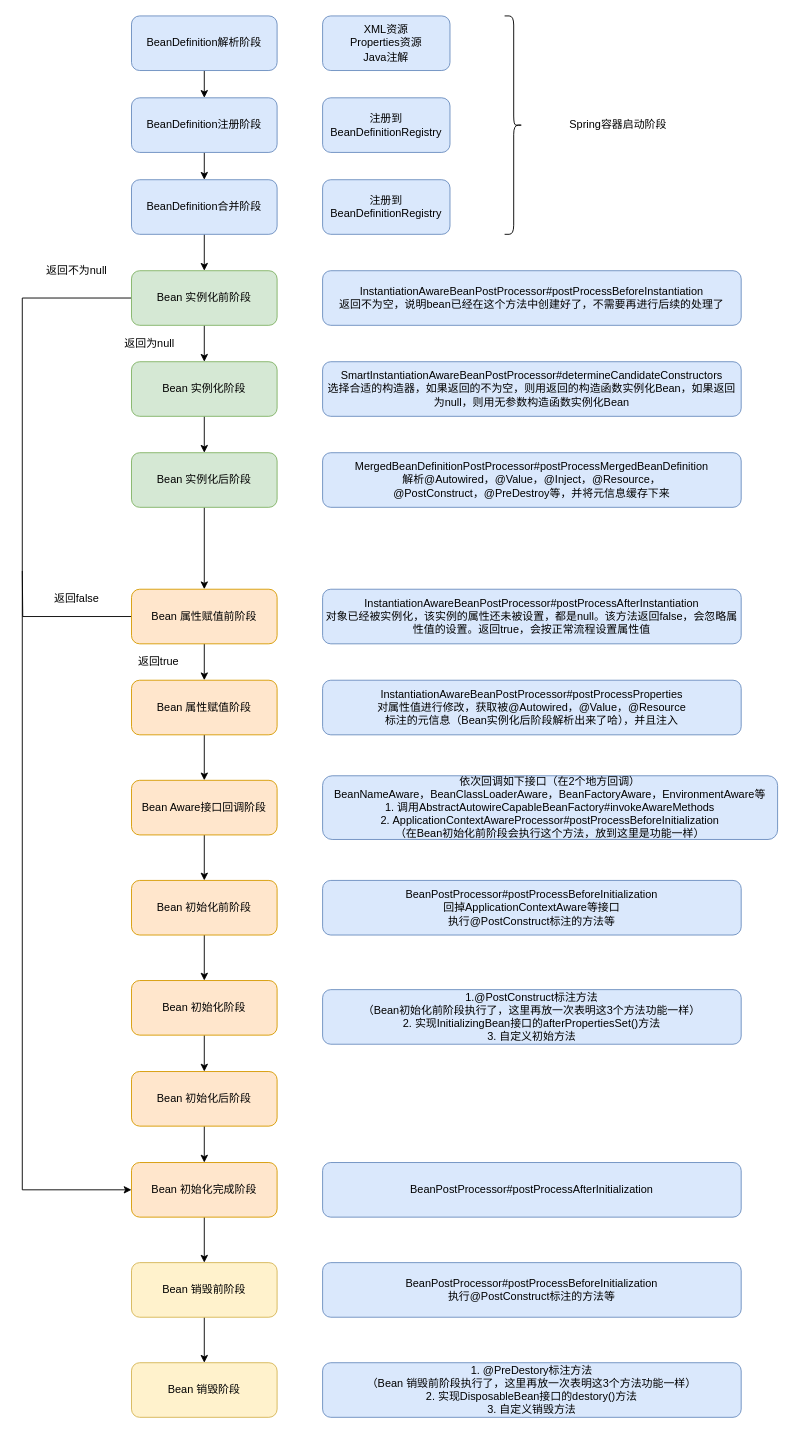
This is spring/bean生命周期.drawio from erlieStar/diagrams, a draw.io file, before an edit. Source tidied: cells renumbered, new cells numbered last; positions are measured from the earlier drawing's top-left corner, leaving out a move shared by most shapes. Both pictures are drawn from the tidied source at 91%, with x=0, y=0 at pixel (22, 15).
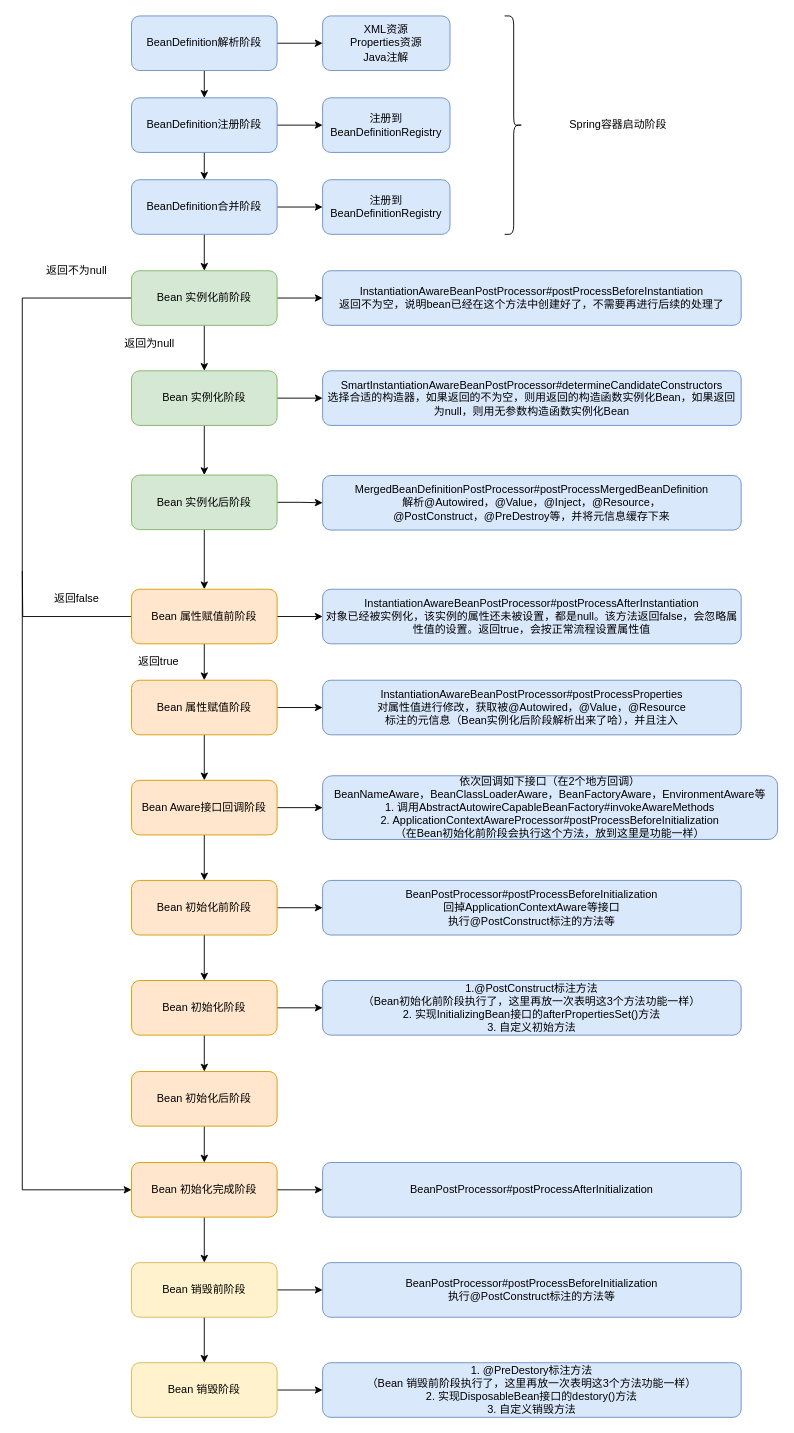
Above is the later version.

Unchanged cells that the change refers to:
```xml
<mxCell id="3" value="BeanDefinition注册阶段" style="rounded=1;whiteSpace=wrap;html=1;fillColor=#dae8fc;strokeColor=#6c8ebf;" parent="1" vertex="1">
  <mxGeometry x="120" y="90" width="160" height="60" as="geometry" />
</mxCell>
<mxCell id="5" value="BeanDefinition合并阶段" style="rounded=1;whiteSpace=wrap;html=1;fillColor=#dae8fc;strokeColor=#6c8ebf;" parent="1" vertex="1">
  <mxGeometry x="120" y="180" width="160" height="60" as="geometry" />
</mxCell>
<mxCell id="8" value="Bean 实例化前阶段" style="rounded=1;whiteSpace=wrap;html=1;fillColor=#d5e8d4;strokeColor=#82b366;" parent="1" vertex="1">
  <mxGeometry x="120" y="280" width="160" height="60" as="geometry" />
</mxCell>
<mxCell id="15" value="Bean 属性赋值前阶段" style="rounded=1;whiteSpace=wrap;html=1;fillColor=#ffe6cc;strokeColor=#d79b00;" parent="1" vertex="1">
  <mxGeometry x="120" y="630" width="160" height="60" as="geometry" />
</mxCell>
<mxCell id="17" value="Bean 属性赋值阶段" style="rounded=1;whiteSpace=wrap;html=1;fillColor=#ffe6cc;strokeColor=#d79b00;" parent="1" vertex="1">
  <mxGeometry x="120" y="730" width="160" height="60" as="geometry" />
</mxCell>
<mxCell id="19" value="Bean Aware接口回调阶段" style="rounded=1;whiteSpace=wrap;html=1;fillColor=#ffe6cc;strokeColor=#d79b00;" parent="1" vertex="1">
  <mxGeometry x="120" y="840" width="160" height="60" as="geometry" />
</mxCell>
<mxCell id="21" value="Bean 初始化前阶段" style="rounded=1;whiteSpace=wrap;html=1;fillColor=#ffe6cc;strokeColor=#d79b00;" parent="1" vertex="1">
  <mxGeometry x="120" y="950" width="160" height="60" as="geometry" />
</mxCell>
<mxCell id="23" value="Bean 初始化阶段" style="rounded=1;whiteSpace=wrap;html=1;fillColor=#ffe6cc;strokeColor=#d79b00;" parent="1" vertex="1">
  <mxGeometry x="120" y="1060" width="160" height="60" as="geometry" />
</mxCell>
<mxCell id="27" value="Bean 初始化完成阶段" style="rounded=1;whiteSpace=wrap;html=1;fillColor=#ffe6cc;strokeColor=#d79b00;" parent="1" vertex="1">
  <mxGeometry x="120" y="1260" width="160" height="60" as="geometry" />
</mxCell>
<mxCell id="29" value="Bean 销毁前阶段" style="rounded=1;whiteSpace=wrap;html=1;fillColor=#fff2cc;strokeColor=#d6b656;" parent="1" vertex="1">
  <mxGeometry x="120" y="1370" width="160" height="60" as="geometry" />
</mxCell>
<mxCell id="30" value="Bean 销毁阶段" style="rounded=1;whiteSpace=wrap;html=1;fillColor=#fff2cc;strokeColor=#d6b656;" parent="1" vertex="1">
  <mxGeometry x="120" y="1480" width="160" height="60" as="geometry" />
</mxCell>
<mxCell id="36" value="BeanDefinition解析阶段" style="rounded=1;whiteSpace=wrap;html=1;fillColor=#dae8fc;strokeColor=#6c8ebf;" parent="1" vertex="1">
  <mxGeometry x="120" width="160" height="60" as="geometry" />
</mxCell>
<mxCell id="37" value="XML资源&lt;br&gt;Properties资源&lt;br&gt;Java注解&lt;span style=&quot;color: rgb(79 , 79 , 79) ; font-family: , &amp;#34;sf ui text&amp;#34; , &amp;#34;arial&amp;#34; , &amp;#34;pingfang sc&amp;#34; , &amp;#34;hiragino sans gb&amp;#34; , &amp;#34;microsoft yahei&amp;#34; , &amp;#34;wenquanyi micro hei&amp;#34; , sans-serif ; font-size: 14px ; background-color: rgb(255 , 255 , 255)&quot;&gt;&lt;br&gt;&lt;/span&gt;" style="rounded=1;whiteSpace=wrap;html=1;fillColor=#dae8fc;strokeColor=#6c8ebf;" parent="1" vertex="1">
  <mxGeometry x="330" width="140" height="60" as="geometry" />
</mxCell>
<mxCell id="38" value="注册到BeanDefinitionRegistry" style="rounded=1;whiteSpace=wrap;html=1;fillColor=#dae8fc;strokeColor=#6c8ebf;" parent="1" vertex="1">
  <mxGeometry x="330" y="90" width="140" height="60" as="geometry" />
</mxCell>
<mxCell id="39" value="注册到BeanDefinitionRegistry" style="rounded=1;whiteSpace=wrap;html=1;fillColor=#dae8fc;strokeColor=#6c8ebf;" parent="1" vertex="1">
  <mxGeometry x="330" y="180" width="140" height="60" as="geometry" />
</mxCell>
<mxCell id="42" value="&lt;span style=&quot;box-sizing: border-box ; outline: 0px ; overflow-wrap: break-word&quot;&gt;InstantiationAwareBeanPostProcessor#postProcessBeforeInstantiation&lt;br&gt;&lt;span&gt;返回不为空，说明bean已经在这个方法中创建好了，不需要再进行后续的处理了&lt;/span&gt;&lt;br&gt;&lt;/span&gt;" style="rounded=1;whiteSpace=wrap;html=1;fillColor=#dae8fc;strokeColor=#6c8ebf;" parent="1" vertex="1">
  <mxGeometry x="330" y="280" width="460" height="60" as="geometry" />
</mxCell>
<mxCell id="45" value="&lt;span style=&quot;box-sizing: border-box ; outline: 0px ; overflow-wrap: break-word&quot;&gt;&lt;span style=&quot;box-sizing: border-box ; outline: 0px ; overflow-wrap: break-word&quot;&gt;InstantiationAwareBeanPostProcessor#postProcessAfterInstantiation&lt;br&gt;&lt;/span&gt;&lt;span&gt;对象已经被实例化，该实例的属性还未被设置，都是null。该方法返回false，会忽略属性值的设置。返回true，会按正常流程设置属性值&lt;/span&gt;&lt;br&gt;&lt;/span&gt;" style="rounded=1;whiteSpace=wrap;html=1;fillColor=#dae8fc;strokeColor=#6c8ebf;" parent="1" vertex="1">
  <mxGeometry x="330" y="630" width="460" height="60" as="geometry" />
</mxCell>
<mxCell id="46" value="&lt;span style=&quot;box-sizing: border-box ; outline: 0px ; overflow-wrap: break-word&quot;&gt;&lt;span style=&quot;box-sizing: border-box ; outline: 0px ; overflow-wrap: break-word&quot;&gt;InstantiationAwareBeanPostProcessor#postProcessProperties&lt;br&gt;&lt;/span&gt;&lt;span&gt;对属性值进行修改，获取被&lt;/span&gt;&lt;span&gt;@Autowired，@Value，@Resource&lt;br&gt;&lt;/span&gt;标注的元信息（Bean实例化后阶段解析出来了哈），并且注入&lt;br&gt;&lt;/span&gt;" style="rounded=1;whiteSpace=wrap;html=1;fillColor=#dae8fc;strokeColor=#6c8ebf;" parent="1" vertex="1">
  <mxGeometry x="330" y="730" width="460" height="60" as="geometry" />
</mxCell>
<mxCell id="47" value="&lt;span style=&quot;box-sizing: border-box ; outline: 0px ; overflow-wrap: break-word&quot;&gt;&lt;span style=&quot;box-sizing: border-box ; outline: 0px ; overflow-wrap: break-word&quot;&gt;BeanPostProcessor#postProcessBeforeInitialization&lt;br&gt;回掉ApplicationContextAware等接口&lt;br&gt;&lt;/span&gt;&lt;span&gt;执行@PostConstruct标注的方法等&lt;/span&gt;&lt;br&gt;&lt;/span&gt;" style="rounded=1;whiteSpace=wrap;html=1;fillColor=#dae8fc;strokeColor=#6c8ebf;" parent="1" vertex="1">
  <mxGeometry x="330" y="950" width="460" height="60" as="geometry" />
</mxCell>
<mxCell id="49" value="&lt;span style=&quot;box-sizing: border-box ; outline: 0px ; overflow-wrap: break-word&quot;&gt;&lt;span style=&quot;box-sizing: border-box ; outline: 0px ; overflow-wrap: break-word&quot;&gt;BeanPostProcessor#postProcessBeforeInitialization&lt;br&gt;&lt;/span&gt;&lt;span&gt;执行@PostConstruct标注的方法等&lt;/span&gt;&lt;br&gt;&lt;/span&gt;" style="rounded=1;whiteSpace=wrap;html=1;fillColor=#dae8fc;strokeColor=#6c8ebf;" parent="1" vertex="1">
  <mxGeometry x="330" y="1370" width="460" height="60" as="geometry" />
</mxCell>
<mxCell id="50" value="&lt;span style=&quot;box-sizing: border-box ; outline: 0px ; overflow-wrap: break-word&quot;&gt;&lt;div&gt;1. @PreDestory标注方法&lt;/div&gt;（Bean 销毁前阶段执行了，这里再放一次表明这3个方法功能一样&lt;span&gt;）&lt;/span&gt;&lt;br&gt;&lt;div&gt;2. 实现DisposableBean接口的destory()方法&lt;/div&gt;&lt;div&gt;3. 自定义销毁方法&lt;/div&gt;&lt;/span&gt;" style="rounded=1;whiteSpace=wrap;html=1;fillColor=#dae8fc;strokeColor=#6c8ebf;" parent="1" vertex="1">
  <mxGeometry x="330" y="1480" width="460" height="60" as="geometry" />
</mxCell>
<mxCell id="51" value="&lt;span style=&quot;box-sizing: border-box ; outline: 0px ; overflow-wrap: break-word&quot;&gt;&lt;span style=&quot;box-sizing: border-box ; outline: 0px ; overflow-wrap: break-word&quot;&gt;BeanPostProcessor#postProcessAfterInitialization&lt;/span&gt;&lt;br&gt;&lt;/span&gt;" style="rounded=1;whiteSpace=wrap;html=1;fillColor=#dae8fc;strokeColor=#6c8ebf;" parent="1" vertex="1">
  <mxGeometry x="330" y="1260" width="460" height="60" as="geometry" />
</mxCell>
<mxCell id="52" value="&lt;span style=&quot;box-sizing: border-box ; outline: 0px ; overflow-wrap: break-word&quot;&gt;&lt;div&gt;&lt;span&gt;依次回调如下接口（在2个地方回调）&lt;/span&gt;&lt;br&gt;&lt;/div&gt;&lt;div&gt;BeanNameAware，BeanClassLoaderAware，BeanFactoryAware，EnvironmentAware等&lt;/div&gt;&lt;/span&gt;&lt;span&gt;1. 调用AbstractAutowireCapableBeanFactory#invokeAwareMethods&lt;br&gt;2.&amp;nbsp;&lt;/span&gt;ApplicationContextAwareProcessor#postProcessBeforeInitialization&lt;br&gt;&lt;span&gt;（在Bean初始化前阶段会执行这个方法，放到这里是功能一样）&lt;br&gt;&lt;/span&gt;" style="rounded=1;whiteSpace=wrap;html=1;fillColor=#dae8fc;strokeColor=#6c8ebf;" parent="1" vertex="1">
  <mxGeometry x="330" y="835" width="500" height="70" as="geometry" />
</mxCell>
```

The edit, as a diff of the source:
```diff
@@
+    <mxCell id="53" style="edgeStyle=orthogonalEdgeStyle;rounded=0;jettySize=auto;html=1;exitX=1;exitY=0.5;exitDx=0;exitDy=0;entryX=0;entryY=0.5;entryDx=0;entryDy=0;endArrow=classic;endFill=1;" parent="1" edge="1" source="3" target="38">
+      <mxGeometry relative="1" as="geometry" />
+    </mxCell>
@@
+    <mxCell id="54" style="edgeStyle=orthogonalEdgeStyle;rounded=0;jettySize=auto;html=1;exitX=1;exitY=0.5;exitDx=0;exitDy=0;entryX=0;entryY=0.5;entryDx=0;entryDy=0;endArrow=classic;endFill=1;" parent="1" edge="1" source="5" target="39">
+      <mxGeometry relative="1" as="geometry" />
+    </mxCell>
@@
+    <mxCell id="55" style="edgeStyle=orthogonalEdgeStyle;rounded=0;jettySize=auto;html=1;exitX=1;exitY=0.5;exitDx=0;exitDy=0;entryX=0;entryY=0.5;entryDx=0;entryDy=0;endArrow=classic;endFill=1;" parent="1" edge="1" source="8" target="42">
+      <mxGeometry relative="1" as="geometry" />
+    </mxCell>
@@
+    <mxCell id="56" style="edgeStyle=orthogonalEdgeStyle;rounded=0;jettySize=auto;html=1;exitX=1;exitY=0.5;exitDx=0;exitDy=0;entryX=0;entryY=0.5;entryDx=0;entryDy=0;endArrow=classic;endFill=1;" parent="1" edge="1" source="10" target="43">
+      <mxGeometry relative="1" as="geometry" />
+    </mxCell>
     <mxCell id="10" value="Bean 实例化阶段" style="rounded=1;whiteSpace=wrap;html=1;fillColor=#d5e8d4;strokeColor=#82b366;" parent="1" vertex="1">
-      <mxGeometry x="120" y="380" width="160" height="60" as="geometry" />
+      <mxGeometry x="120" y="390" width="160" height="60" as="geometry" />
     </mxCell>
@@
+    <mxCell id="57" style="edgeStyle=orthogonalEdgeStyle;rounded=0;jettySize=auto;html=1;exitX=1;exitY=0.5;exitDx=0;exitDy=0;entryX=0;entryY=0.5;entryDx=0;entryDy=0;endArrow=classic;endFill=1;" parent="1" edge="1" source="12" target="44">
+      <mxGeometry relative="1" as="geometry" />
+    </mxCell>
     <mxCell id="12" value="Bean 实例化后阶段" style="rounded=1;whiteSpace=wrap;html=1;fillColor=#d5e8d4;strokeColor=#82b366;" parent="1" vertex="1">
-      <mxGeometry x="120" y="480" width="160" height="60" as="geometry" />
+      <mxGeometry x="120" y="504.5" width="160" height="60" as="geometry" />
     </mxCell>
@@
+    <mxCell id="58" style="edgeStyle=orthogonalEdgeStyle;rounded=0;jettySize=auto;html=1;exitX=1;exitY=0.5;exitDx=0;exitDy=0;entryX=0;entryY=0.5;entryDx=0;entryDy=0;endArrow=classic;endFill=1;" parent="1" edge="1" source="15" target="45">
+      <mxGeometry relative="1" as="geometry" />
+    </mxCell>
@@
+    <mxCell id="59" style="edgeStyle=orthogonalEdgeStyle;rounded=0;jettySize=auto;html=1;exitX=1;exitY=0.5;exitDx=0;exitDy=0;entryX=0;entryY=0.5;entryDx=0;entryDy=0;endArrow=classic;endFill=1;" parent="1" edge="1" source="17" target="46">
+      <mxGeometry relative="1" as="geometry" />
+    </mxCell>
@@
+    <mxCell id="60" style="edgeStyle=orthogonalEdgeStyle;rounded=0;jettySize=auto;html=1;exitX=1;exitY=0.5;exitDx=0;exitDy=0;entryX=0;entryY=0.5;entryDx=0;entryDy=0;endArrow=classic;endFill=1;" parent="1" edge="1" source="19" target="52">
+      <mxGeometry relative="1" as="geometry" />
+    </mxCell>
@@
+    <mxCell id="61" style="edgeStyle=orthogonalEdgeStyle;rounded=0;jettySize=auto;html=1;exitX=1;exitY=0.5;exitDx=0;exitDy=0;entryX=0;entryY=0.5;entryDx=0;entryDy=0;endArrow=classic;endFill=1;" parent="1" edge="1" source="21" target="47">
+      <mxGeometry relative="1" as="geometry" />
+    </mxCell>
@@
+    <mxCell id="62" style="edgeStyle=orthogonalEdgeStyle;rounded=0;jettySize=auto;html=1;exitX=1;exitY=0.5;exitDx=0;exitDy=0;entryX=0;entryY=0.5;entryDx=0;entryDy=0;endArrow=classic;endFill=1;" parent="1" edge="1" source="23" target="48">
+      <mxGeometry relative="1" as="geometry" />
+    </mxCell>
@@
+    <mxCell id="63" style="edgeStyle=orthogonalEdgeStyle;rounded=0;jettySize=auto;html=1;exitX=1;exitY=0.5;exitDx=0;exitDy=0;entryX=0;entryY=0.5;entryDx=0;entryDy=0;endArrow=classic;endFill=1;" parent="1" edge="1" source="27" target="51">
+      <mxGeometry relative="1" as="geometry" />
+    </mxCell>
@@
+    <mxCell id="64" style="edgeStyle=orthogonalEdgeStyle;rounded=0;jettySize=auto;html=1;exitX=1;exitY=0.5;exitDx=0;exitDy=0;entryX=0;entryY=0.5;entryDx=0;entryDy=0;endArrow=classic;endFill=1;" parent="1" edge="1" source="29" target="49">
+      <mxGeometry relative="1" as="geometry" />
+    </mxCell>
@@
+    <mxCell id="65" style="edgeStyle=orthogonalEdgeStyle;rounded=0;jettySize=auto;html=1;exitX=1;exitY=0.5;exitDx=0;exitDy=0;entryX=0;entryY=0.5;entryDx=0;entryDy=0;endArrow=classic;endFill=1;" parent="1" edge="1" source="30" target="50">
+      <mxGeometry relative="1" as="geometry" />
+    </mxCell>
@@
+    <mxCell id="66" style="edgeStyle=orthogonalEdgeStyle;rounded=0;jettySize=auto;html=1;exitX=1;exitY=0.5;exitDx=0;exitDy=0;entryX=0;entryY=0.5;entryDx=0;entryDy=0;endArrow=classic;endFill=1;" parent="1" edge="1" source="36" target="37">
+      <mxGeometry relative="1" as="geometry" />
+    </mxCell>
@@
     <mxCell id="43" value="&lt;span style=&quot;box-sizing: border-box ; outline: 0px ; overflow-wrap: break-word&quot;&gt;&lt;span style=&quot;box-sizing: border-box ; outline: 0px ; overflow-wrap: break-word&quot;&gt;SmartInstantiationAwareBeanPostProcessor#determineCandidateConstructors&lt;br&gt;&lt;/span&gt;&lt;span&gt;选择合适的构造器，如果返回的不为空，则用返回的构造函数实例化Bean，如果返回为null，则用无参数构造函数实例化Bean&lt;/span&gt;&lt;br&gt;&lt;/span&gt;" style="rounded=1;whiteSpace=wrap;html=1;fillColor=#dae8fc;strokeColor=#6c8ebf;" parent="1" vertex="1">
-      <mxGeometry x="330" y="380" width="460" height="60" as="geometry" />
+      <mxGeometry x="330" y="390" width="460" height="60" as="geometry" />
     </mxCell>
     <mxCell id="44" value="&lt;span style=&quot;box-sizing: border-box ; outline: 0px ; overflow-wrap: break-word&quot;&gt;&lt;span style=&quot;box-sizing: border-box ; outline: 0px ; overflow-wrap: break-word&quot;&gt;MergedBeanDefinitionPostProcessor#postProcessMergedBeanDefinition&lt;br&gt;&lt;/span&gt;解析&lt;span&gt;@Autowired，@Value，@Inject，&lt;/span&gt;&lt;span&gt;@Resource，&lt;br&gt;@PostConstruct，@PreDestroy等，并将元信息缓存下来&lt;/span&gt;&lt;br&gt;&lt;/span&gt;" style="rounded=1;whiteSpace=wrap;html=1;fillColor=#dae8fc;strokeColor=#6c8ebf;" parent="1" vertex="1">
-      <mxGeometry x="330" y="480" width="460" height="60" as="geometry" />
+      <mxGeometry x="330" y="505" width="460" height="60" as="geometry" />
     </mxCell>
@@
     <mxCell id="48" value="&lt;span style=&quot;box-sizing: border-box ; outline: 0px ; overflow-wrap: break-word&quot;&gt;&lt;div&gt;1.@PostConstruct标注方法&lt;/div&gt;&lt;div&gt;（Bean初始化前阶段执行了，这里再放一次表明这3个方法功能一样）&lt;/div&gt;&lt;div&gt;2. 实现InitializingBean接口的afterPropertiesSet()方法&lt;/div&gt;&lt;div&gt;3. 自定义初始方法&lt;/div&gt;&lt;/span&gt;" style="rounded=1;whiteSpace=wrap;html=1;fillColor=#dae8fc;strokeColor=#6c8ebf;" parent="1" vertex="1">
-      <mxGeometry x="330" y="1070" width="460" height="60" as="geometry" />
+      <mxGeometry x="330" y="1060" width="460" height="60" as="geometry" />
     </mxCell>
```
